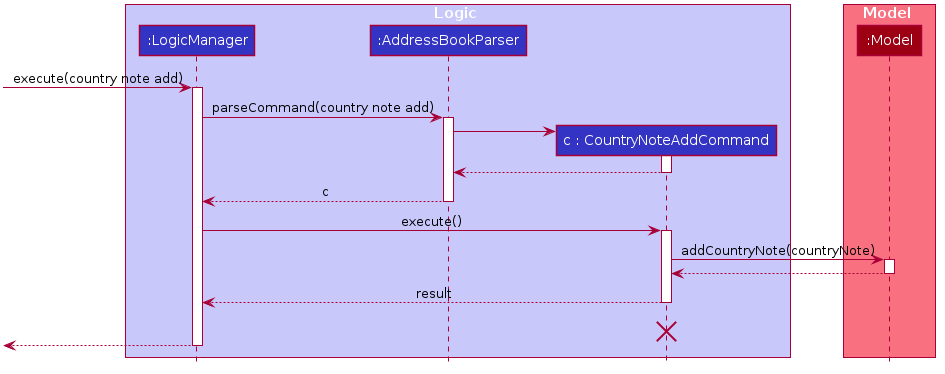
Above: docs/images/CountryNoteAddSeqDiag.png in tankangliang/tp (PlantUML), before the change.
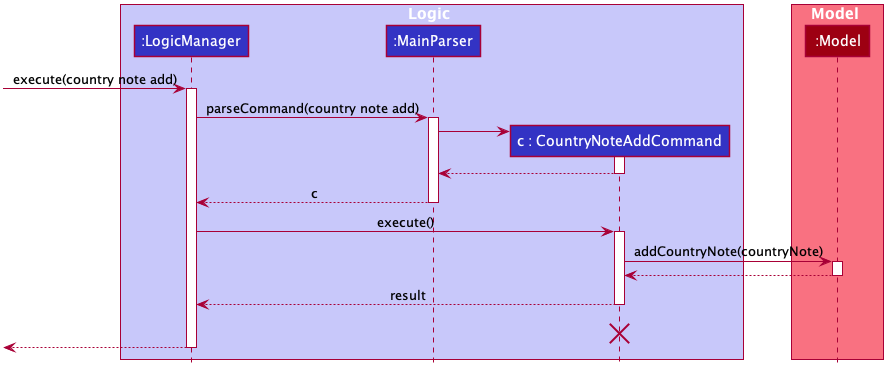
Above is the later version.

Commit message:
Update diag class names

What changed in the source:
```diff
@@ -50,7 +50,7 @@
 
 box Logic #C8C8FA
 participant ":LogicManager" as LogicManager #3333C4
-participant ":AddressBookParser" as AddressBookParser #3333C4
+participant ":MainParser" as MainParser #3333C4
 participant "c : CountryNoteAddCommand" as CountryNoteAddCommand #3333C4
 end box
 
@@ -60,18 +60,18 @@
 [-> LogicManager : execute(country note add)
 activate LogicManager
 
-LogicManager -> AddressBookParser : parseCommand(country note add)
-activate AddressBookParser
+LogicManager -> MainParser : parseCommand(country note add)
+activate MainParser
 
 create CountryNoteAddCommand
-AddressBookParser -> CountryNoteAddCommand
+MainParser -> CountryNoteAddCommand
 activate CountryNoteAddCommand
 
-CountryNoteAddCommand --> AddressBookParser
+CountryNoteAddCommand --> MainParser
 deactivate CountryNoteAddCommand
 
-AddressBookParser --> LogicManager : c
-deactivate AddressBookParser
+MainParser --> LogicManager : c
+deactivate MainParser
 
 LogicManager -> CountryNoteAddCommand : execute()
 activate CountryNoteAddCommand
```
